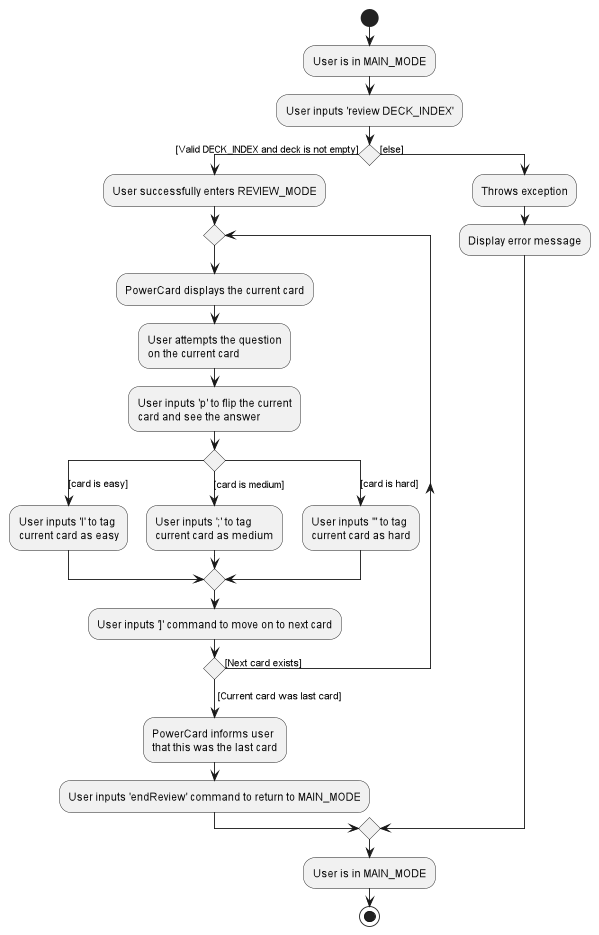
Above: docs/images/TypicalReviewActivityDiagram.png in nus-cs2103-AY2223S2/tp (PlantUML), before the change. The source it was exported from:
```plantuml
@startuml

start
:User is in MAIN_MODE;
:User inputs 'review DECK_INDEX';
if () then ([Valid DECK_INDEX and deck is not empty])
    :User successfully enters REVIEW_MODE;
    repeat
        :PowerCard displays the current card;
        :User attempts the question
        on the current card;
        :User inputs 'p' to flip the current
        card and see the answer;
        switch ()
        case ([card is easy])
        :User inputs 'l' to tag
        current card as easy;
        case ([card is medium])
        :User inputs ';' to tag
        current card as medium;
        case ([card is hard])
        :User inputs ''' to tag
        current card as hard;
        endswitch

        :User inputs ']' command to move on to next card;

    repeat while () is ([Next card exists])
    -> [Current card was last card];

    :PowerCard informs user
    that this was the last card;

    :User inputs 'endReview' command to return to MAIN_MODE;

else ([else])
    :Throws exception;
    :Display error message;

endif

:User is in MAIN_MODE;

stop
@enduml
```
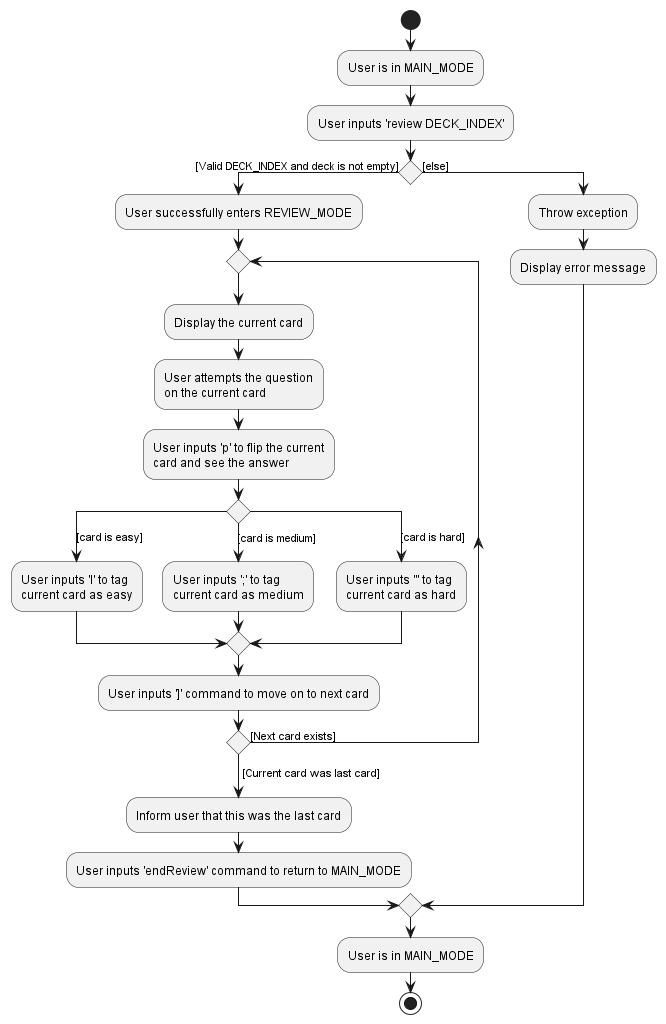
After the commit.

The edit, as a diff of the source:
```diff
@@ -6,7 +6,7 @@
 if () then ([Valid DECK_INDEX and deck is not empty])
     :User successfully enters REVIEW_MODE;
     repeat
-        :PowerCard displays the current card;
+        :Display the current card;
         :User attempts the question
         on the current card;
         :User inputs 'p' to flip the current
@@ -28,13 +28,12 @@
     repeat while () is ([Next card exists])
     -> [Current card was last card];
 
-    :PowerCard informs user
-    that this was the last card;
+    :Inform user that this was the last card;
 
     :User inputs 'endReview' command to return to MAIN_MODE;
 
 else ([else])
-    :Throws exception;
+    :Throw exception;
     :Display error message;
 
 endif
```
